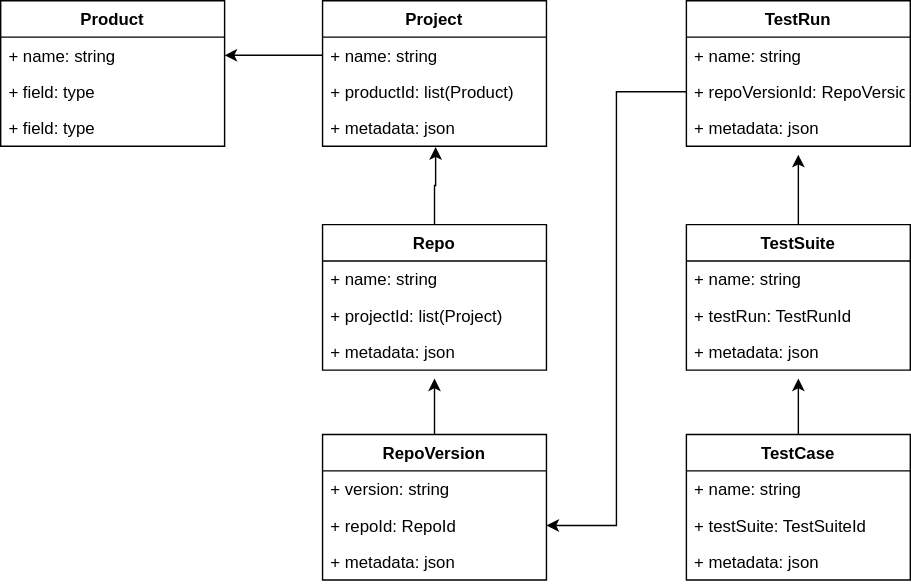
Earlier version of the draw.io export docs/images/example-data-model-testing.drawio.svg (valocode/bubbly). Source tidied: cells renumbered, new cells last; positions are measured from the earlier drawing's top-left corner, leaving out a move shared by most shapes.
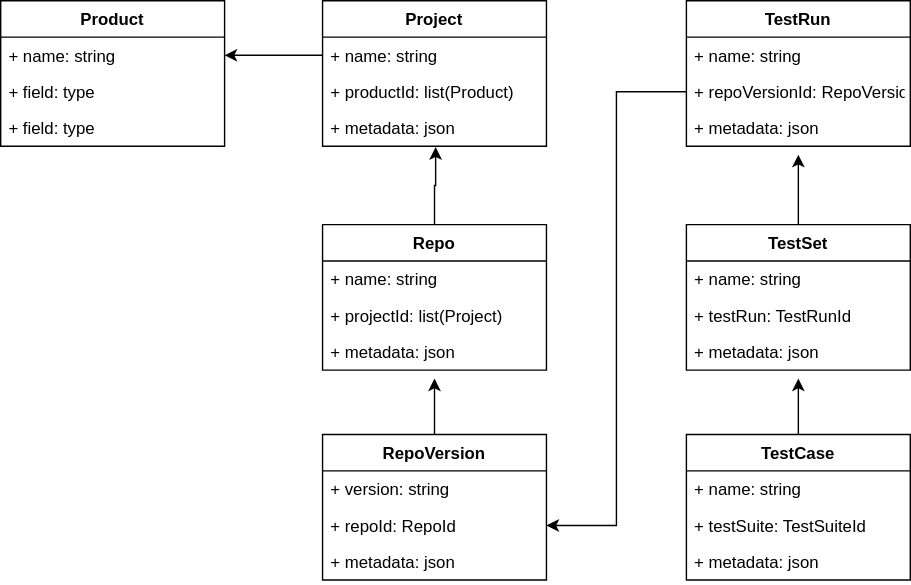
After the commit.

Change to the diagram source:
```diff
@@ -78,7 +78,7 @@
         <mxPoint x="570" y="110" as="targetPoint" />
       </mxGeometry>
     </mxCell>
-    <mxCell id="26" value="TestSuite" style="swimlane;fontStyle=1;align=center;verticalAlign=top;horizontal=1;startSize=26;" parent="1" vertex="1">
+    <mxCell id="26" value="TestSet" style="swimlane;fontStyle=1;align=center;verticalAlign=top;horizontal=1;startSize=26;" parent="1" vertex="1">
       <mxGeometry x="490" y="160" width="160" height="104" as="geometry" />
     </mxCell>
     <mxCell id="27" value="+ name: string" style="text;strokeColor=none;fillColor=none;align=left;verticalAlign=top;spacingLeft=4;spacingRight=4;overflow=hidden;" parent="26" vertex="1">
```
